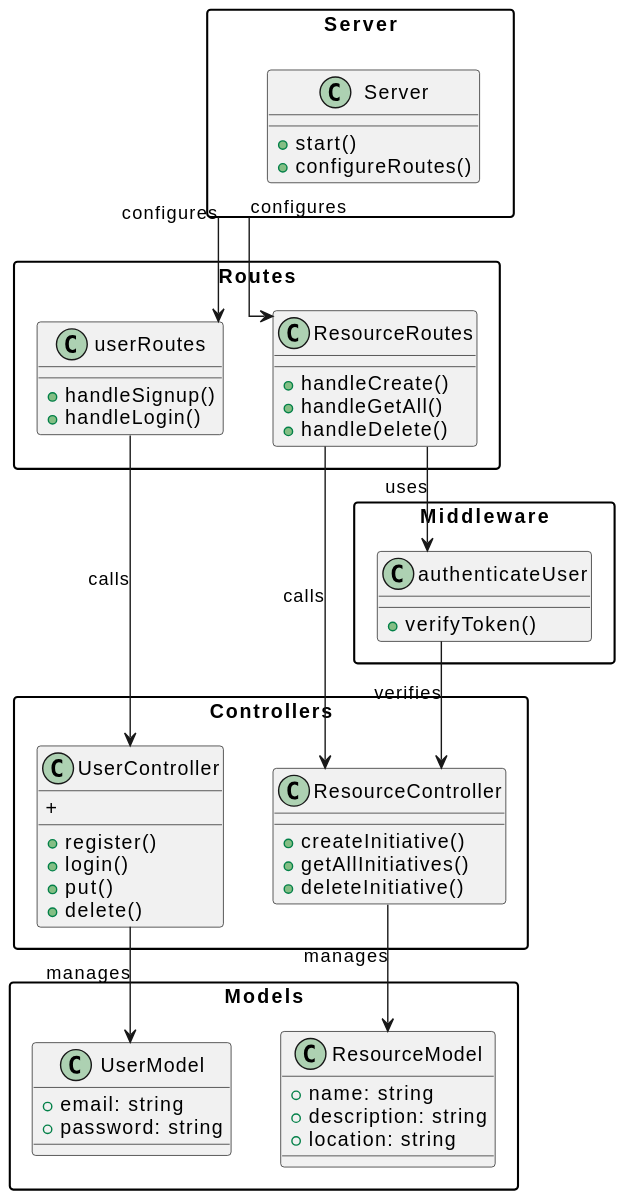
Before: diagramas/DiagramaGeneral.svg, a diagram exported from PlantUML (sara-patino/Sistema-de-Gestion-Recursos-Digitales). Source of this version:
```plantuml
@startuml
skinparam packageStyle rect
skinparam linetype ortho

package "Server" {
    class Server {
        + start()
        + configureRoutes()
    }
}

package "Routes" {
    class userRoutes {
        + handleSignup()
        + handleLogin()
    }
    class ResourceRoutes {
        + handleCreate()
        + handleGetAll()
        + handleDelete()
    }
}

package "Controllers" {
    class UserController {
        + register()
        + login()
        + put()
        + delete()
        +
    }
    class ResourceController {
        + createInitiative()
        + getAllInitiatives()
        + deleteInitiative()
    }
}

package "Middleware" {
    class authenticateUser {
        + verifyToken()
    }
}

package "Models" {
    class UserModel {
        + email: string
        + password: string
    }
    class ResourceModel {
        + name: string
        + description: string
        + location: string
    }
}

Server --> userRoutes : configures
Server --> ResourceRoutes : configures

userRoutes --> UserController : calls
ResourceRoutes --> ResourceController : calls

UserController --> UserModel : manages
ResourceController --> ResourceModel : manages

ResourceRoutes --> authenticateUser : uses
authenticateUser --> ResourceController : verifies
@enduml
```
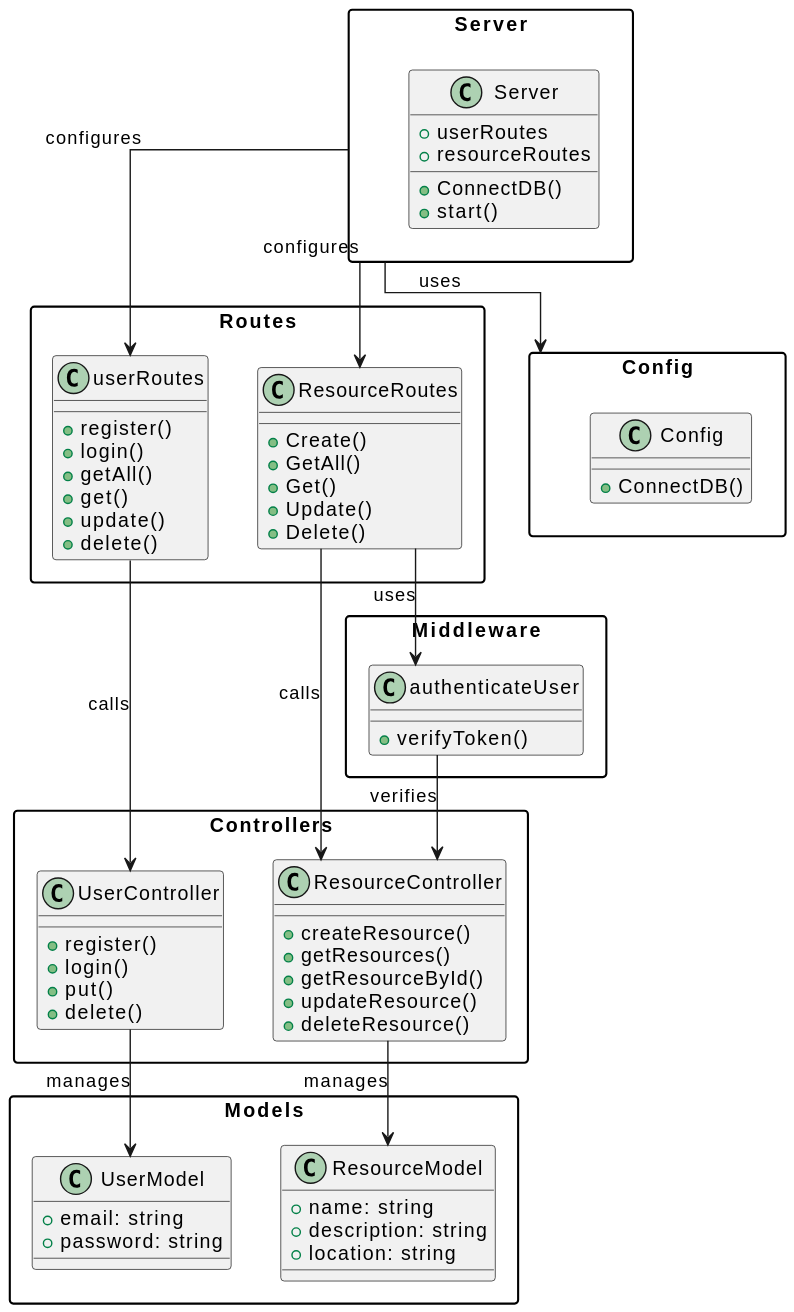
After the change.

Commit message:
arreglar diagrama general

The edit, as a diff of the source:
```diff
@@ -4,20 +4,28 @@
 
 package "Server" {
     class Server {
+        + ConnectDB()
         + start()
-        + configureRoutes()
+        + userRoutes
+        + resourceRoutes
     }
 }
 
 package "Routes" {
     class userRoutes {
-        + handleSignup()
-        + handleLogin()
+        + register()
+        + login()
+        + getAll()
+        + get()
+        + update()
+        + delete()
     }
     class ResourceRoutes {
-        + handleCreate()
-        + handleGetAll()
-        + handleDelete()
+        + Create()
+        + GetAll()
+        + Get()
+        + Update()
+        + Delete()
     }
 }
 
@@ -27,12 +35,13 @@
         + login()
         + put()
         + delete()
-        +
     }
     class ResourceController {
-        + createInitiative()
-        + getAllInitiatives()
-        + deleteInitiative()
+        + createResource()
+        + getResources()
+        + getResourceById()
+        + updateResource()
+        + deleteResource()
     }
 }
 
@@ -54,6 +63,12 @@
     }
 }
 
+package "Config" {
+    class Config {
+        + ConnectDB()
+    }
+}
+
 Server --> userRoutes : configures
 Server --> ResourceRoutes : configures
 
@@ -65,4 +80,6 @@
 
 ResourceRoutes --> authenticateUser : uses
 authenticateUser --> ResourceController : verifies
+
+Server --> Config : uses
 @enduml
```
